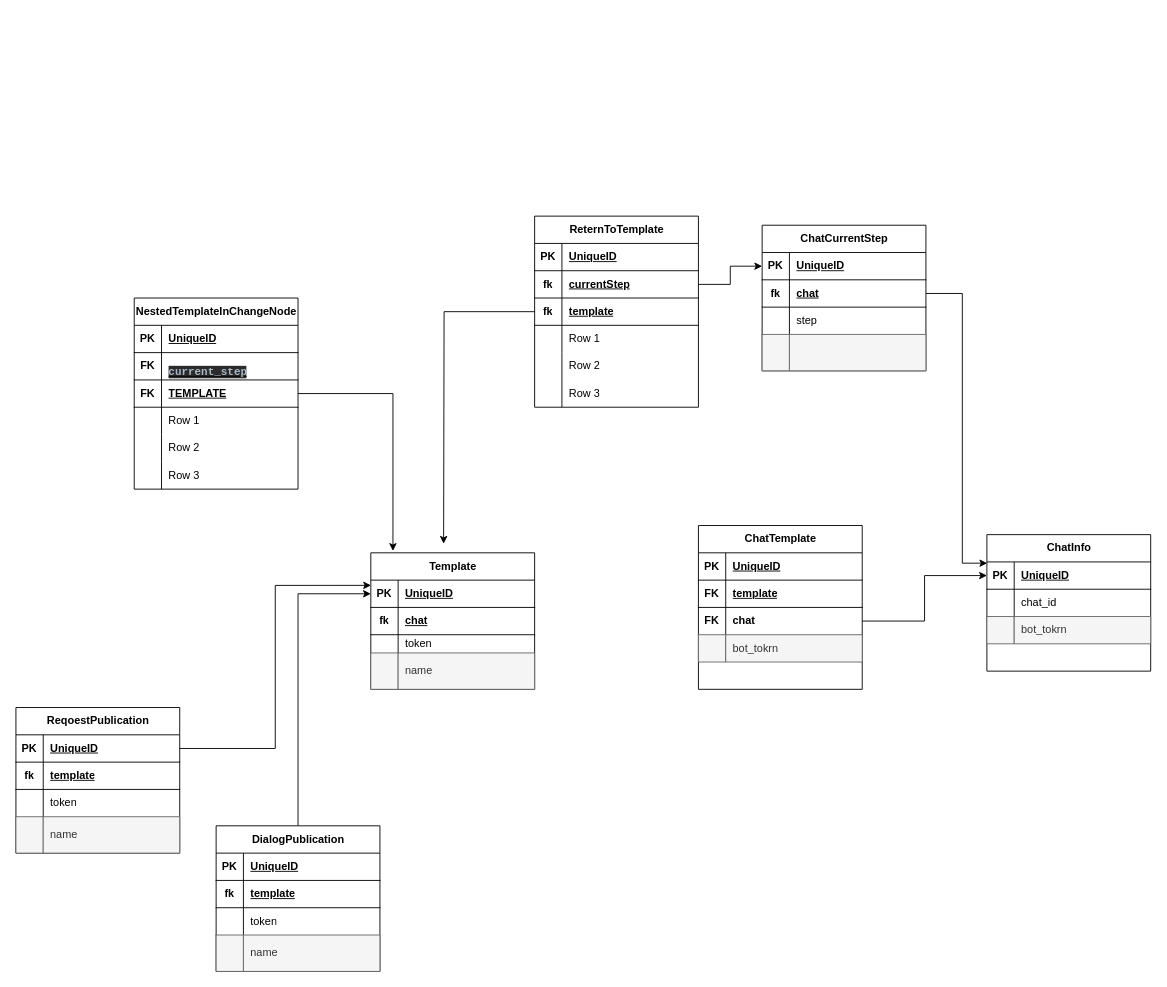
This is Диаграмма без названия.drawio from Aleksandrov-vs/bot_construcor_diagram, a draw.io file, before an edit. Source tidied: cells renumbered, new cells numbered last; positions are measured from the earlier drawing's top-left corner, leaving out a move shared by most shapes. Both pictures are drawn from the tidied source at 91%, with x=0, y=0 at pixel (15, 216).
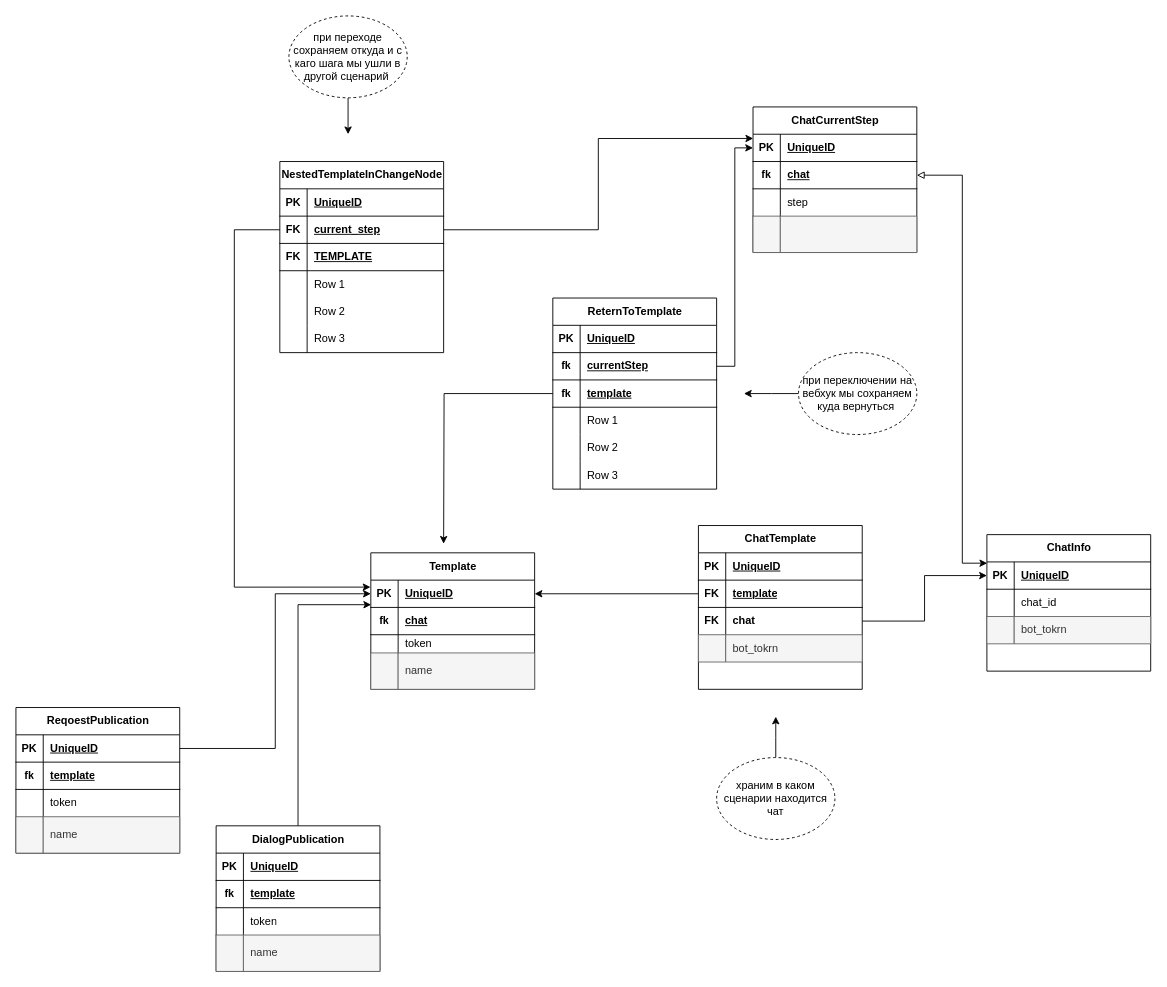
The same diagram, later.

Unchanged cells that the change refers to:
```xml
<mxCell id="24" style="shape=tableRow;horizontal=0;startSize=0;swimlaneHead=0;swimlaneBody=0;fillColor=none;points=[[0,0.5],[1,0.5]];portConstraint=eastwest;top=0;left=0;right=0;bottom=1;" parent="23" vertex="1">
  <mxGeometry y="30" width="180" height="30" as="geometry" />
</mxCell>
<mxCell id="27" style="shape=tableRow;horizontal=0;startSize=0;swimlaneHead=0;swimlaneBody=0;fillColor=none;points=[[0,0.5],[1,0.5]];portConstraint=eastwest;top=0;left=0;right=0;bottom=1;" parent="23" vertex="1">
  <mxGeometry y="60" width="180" height="30" as="geometry" />
</mxCell>
<mxCell id="40" style="shape=tableRow;horizontal=0;startSize=0;swimlaneHead=0;swimlaneBody=0;fillColor=none;points=[[0,0.5],[1,0.5]];portConstraint=eastwest;top=0;left=0;right=0;bottom=1;" parent="36" vertex="1">
  <mxGeometry y="60" width="180" height="30" as="geometry" />
</mxCell>
<mxCell id="59" style="shape=tableRow;horizontal=0;startSize=0;swimlaneHead=0;swimlaneBody=0;fillColor=none;points=[[0,0.5],[1,0.5]];portConstraint=eastwest;top=0;left=0;right=0;bottom=1;" parent="55" vertex="1">
  <mxGeometry y="60" width="180" height="30" as="geometry" />
</mxCell>
<mxCell id="68" value="Template" style="shape=table;startSize=30;childLayout=tableLayout;rowLines=0;fontStyle=1;align=center;html=1;fillColor=#FFFFFF;" parent="1" vertex="1">
  <mxGeometry x="390" y="370" width="180" height="150" as="geometry" />
</mxCell>
<mxCell id="69" style="shape=tableRow;horizontal=0;startSize=0;swimlaneHead=0;swimlaneBody=0;fillColor=none;points=[[0,0.5],[1,0.5]];portConstraint=eastwest;top=0;left=0;right=0;bottom=1;" parent="68" vertex="1">
  <mxGeometry y="30" width="180" height="30" as="geometry" />
</mxCell>
<mxCell id="82" style="shape=tableRow;horizontal=0;startSize=0;swimlaneHead=0;swimlaneBody=0;fillColor=none;points=[[0,0.5],[1,0.5]];portConstraint=eastwest;top=0;left=0;right=0;bottom=1;" parent="81" vertex="1">
  <mxGeometry y="30" width="180" height="30" as="geometry" />
</mxCell>
<mxCell id="92" value="DialogPublication" style="shape=table;startSize=30;childLayout=tableLayout;rowLines=0;fontStyle=1;align=center;html=1;fillColor=#FFFFFF;" parent="1" vertex="1">
  <mxGeometry x="220" y="670" width="180" height="160" as="geometry" />
</mxCell>
<mxCell id="107" style="shape=tableRow;horizontal=0;startSize=0;swimlaneHead=0;swimlaneBody=0;fillColor=none;points=[[0,0.5],[1,0.5]];portConstraint=eastwest;top=0;left=0;right=0;bottom=1;" parent="106" vertex="1">
  <mxGeometry y="30" width="180" height="30" as="geometry" />
</mxCell>
```

Diff of the diagram source:
```diff
@@
     <mxCell id="3" value="ReternToTemplate" style="shape=table;startSize=30;childLayout=tableLayout;rowLines=0;fontStyle=1;align=center;html=1;fillColor=#FFFFFF;" parent="1" vertex="1">
-      <mxGeometry x="570" width="180" height="210" as="geometry" />
+      <mxGeometry x="590" y="90" width="180" height="210" as="geometry" />
     </mxCell>
@@
-    <mxCell id="22" style="edgeStyle=orthogonalEdgeStyle;rounded=0;jettySize=auto;html=1;entryX=0.002;entryY=0.046;entryDx=0;entryDy=0;entryPerimeter=0;exitX=1;exitY=0.5;exitDx=0;exitDy=0;" parent="1" edge="1" source="27" target="82">
+    <mxCell id="22" style="edgeStyle=orthogonalEdgeStyle;rounded=0;jettySize=auto;html=1;entryX=0.002;entryY=0.046;entryDx=0;entryDy=0;entryPerimeter=0;exitX=1;exitY=0.5;exitDx=0;exitDy=0;startArrow=block;startFill=0;" parent="1" edge="1" source="27" target="82">
       <mxGeometry relative="1" as="geometry">
         <Array as="points">
-          <mxPoint x="1040" y="85" />
+          <mxPoint x="1040" y="-45" />
           <mxPoint x="1040" y="381" />
         </Array>
       </mxGeometry>
     </mxCell>
     <mxCell id="23" value="ChatCurrentStep" style="shape=table;startSize=30;childLayout=tableLayout;rowLines=0;fontStyle=1;align=center;html=1;fillColor=#FFFFFF;" parent="1" vertex="1">
-      <mxGeometry x="820" y="10" width="180" height="160" as="geometry" />
+      <mxGeometry x="810" y="-120" width="180" height="160" as="geometry" />
     </mxCell>
@@
     <mxCell id="36" value="NestedTemplateInChangeNode" style="shape=table;startSize=30;childLayout=tableLayout;rowLines=0;fontStyle=1;align=center;html=1;fillColor=#FFFFFF;" parent="1" vertex="1">
-      <mxGeometry x="130" y="90" width="180" height="210" as="geometry" />
+      <mxGeometry x="290" y="-60" width="180" height="210" as="geometry" />
     </mxCell>
@@
-    <mxCell id="42" value="&lt;div style=&quot;background-color: rgb(43, 43, 43);&quot;&gt;&lt;div style=&quot;color: rgb(169, 183, 198);&quot;&gt;&lt;pre style=&quot;font-family:'JetBrains Mono',monospace;font-size:9,8pt;&quot;&gt;current_step&lt;/pre&gt;&lt;/div&gt;&lt;/div&gt;" style="shape=partialRectangle;fillColor=none;top=0;left=0;bottom=0;right=0;align=left;spacingLeft=6;fontStyle=5;overflow=hidden;whiteSpace=wrap;html=1;" parent="40" vertex="1">
+    <mxCell id="42" value="current_step" style="shape=partialRectangle;fillColor=none;top=0;left=0;bottom=0;right=0;align=left;spacingLeft=6;fontStyle=5;overflow=hidden;whiteSpace=wrap;html=1;" parent="40" vertex="1">
       <mxGeometry x="30" width="150" height="30" as="geometry" />
     </mxCell>
@@
-    <mxCell id="91" style="edgeStyle=orthogonalEdgeStyle;rounded=0;jettySize=auto;html=1;entryX=0;entryY=0.5;entryDx=0;entryDy=0;" parent="1" edge="1" source="92" target="69">
+    <mxCell id="91" style="edgeStyle=orthogonalEdgeStyle;rounded=0;jettySize=auto;html=1;entryX=0.002;entryY=0.9;entryDx=0;entryDy=0;entryPerimeter=0;" parent="1" edge="1" source="92" target="69">
       <mxGeometry relative="1" as="geometry" />
     </mxCell>
@@
-    <mxCell id="105" style="edgeStyle=orthogonalEdgeStyle;rounded=0;jettySize=auto;html=1;exitX=1;exitY=0.5;exitDx=0;exitDy=0;entryX=0.001;entryY=0.192;entryDx=0;entryDy=0;entryPerimeter=0;" parent="1" edge="1" source="107" target="69">
+    <mxCell id="105" style="edgeStyle=orthogonalEdgeStyle;rounded=0;jettySize=auto;html=1;exitX=1;exitY=0.5;exitDx=0;exitDy=0;entryX=0;entryY=0.5;entryDx=0;entryDy=0;" parent="1" edge="1" source="107" target="69">
       <mxGeometry relative="1" as="geometry" />
     </mxCell>
@@
-    <mxCell id="119" style="edgeStyle=orthogonalEdgeStyle;rounded=0;jettySize=auto;html=1;entryX=0.135;entryY=-0.014;entryDx=0;entryDy=0;entryPerimeter=0;" parent="1" edge="1" source="36" target="68">
-      <mxGeometry relative="1" as="geometry" />
+    <mxCell id="119" style="edgeStyle=orthogonalEdgeStyle;rounded=0;jettySize=auto;html=1;entryX=-0.002;entryY=0.256;entryDx=0;entryDy=0;entryPerimeter=0;exitX=0;exitY=0.5;exitDx=0;exitDy=0;" parent="1" edge="1" source="40" target="69">
+      <mxGeometry relative="1" as="geometry">
+        <Array as="points">
+          <mxPoint x="240" y="15" />
+          <mxPoint x="240" y="408" />
+        </Array>
+      </mxGeometry>
     </mxCell>
@@
+    <mxCell id="122" style="edgeStyle=orthogonalEdgeStyle;rounded=0;jettySize=auto;html=1;entryX=1;entryY=0.5;entryDx=0;entryDy=0;" parent="1" edge="1" source="59" target="69">
+      <mxGeometry relative="1" as="geometry" />
+    </mxCell>
+    <mxCell id="123" style="edgeStyle=orthogonalEdgeStyle;rounded=0;jettySize=auto;html=1;entryX=0.001;entryY=0.155;entryDx=0;entryDy=0;entryPerimeter=0;" parent="1" edge="1" source="40" target="24">
+      <mxGeometry relative="1" as="geometry" />
+    </mxCell>
+    <mxCell id="124" style="edgeStyle=orthogonalEdgeStyle;rounded=0;jettySize=auto;html=1;" parent="1" edge="1" source="125">
+      <mxGeometry relative="1" as="geometry">
+        <mxPoint x="365" y="-90" as="targetPoint" />
+      </mxGeometry>
+    </mxCell>
+    <mxCell id="125" value="при переходе сохраняем откуда и с каго шага мы ушли в другой сценарий&amp;nbsp;" style="ellipse;whiteSpace=wrap;html=1;align=center;dashed=1;" parent="1" vertex="1">
+      <mxGeometry x="300" y="-220" width="130" height="90" as="geometry" />
+    </mxCell>
+    <mxCell id="126" style="edgeStyle=orthogonalEdgeStyle;rounded=0;jettySize=auto;html=1;" parent="1" edge="1" source="127">
+      <mxGeometry relative="1" as="geometry">
+        <mxPoint x="800" y="195" as="targetPoint" />
+      </mxGeometry>
+    </mxCell>
+    <mxCell id="127" value="при переключении на вебхук мы сохраняем куда вернуться&amp;nbsp;" style="ellipse;whiteSpace=wrap;html=1;align=center;dashed=1;" parent="1" vertex="1">
+      <mxGeometry x="860" y="150" width="130" height="90" as="geometry" />
+    </mxCell>
+    <mxCell id="128" style="edgeStyle=orthogonalEdgeStyle;rounded=0;jettySize=auto;html=1;" parent="1" edge="1" source="129">
+      <mxGeometry relative="1" as="geometry">
+        <mxPoint x="835" y="550" as="targetPoint" />
+      </mxGeometry>
+    </mxCell>
+    <mxCell id="129" value="храним в каком сценарии находится чат" style="ellipse;whiteSpace=wrap;html=1;align=center;dashed=1;" parent="1" vertex="1">
+      <mxGeometry x="770" y="595" width="130" height="90" as="geometry" />
+    </mxCell>
```
